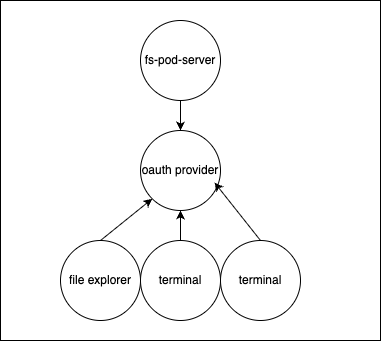
Before: fs-pod-server/design.drawio.png, a diagram exported from draw.io (janwilmake/agent-pod). Source tidied: cells renumbered, new cells last; positions are measured from the earlier drawing's top-left corner, leaving out a move shared by most shapes. Source of this version:
```xml
<mxGraphModel>
  <root>
    <mxCell id="0" />
    <mxCell id="1" parent="0" />
    <mxCell id="2" style="rounded=0;whiteSpace=wrap;html=1;" parent="1" vertex="1">
      <mxGeometry width="380" height="340" as="geometry" />
    </mxCell>
    <mxCell id="3" style="edgeStyle=none;html=1;exitX=0.5;exitY=1;exitDx=0;exitDy=0;" parent="1" edge="1" source="4" target="5">
      <mxGeometry relative="1" as="geometry" />
    </mxCell>
    <mxCell id="4" value="fs-pod-server" style="ellipse;whiteSpace=wrap;html=1;" parent="1" vertex="1">
      <mxGeometry x="140" y="20" width="80" height="80" as="geometry" />
    </mxCell>
    <mxCell id="5" value="oauth provider" style="ellipse;whiteSpace=wrap;html=1;" parent="1" vertex="1">
      <mxGeometry x="140" y="130" width="80" height="80" as="geometry" />
    </mxCell>
    <mxCell id="6" style="edgeStyle=none;html=1;exitX=0.5;exitY=0;exitDx=0;exitDy=0;entryX=0;entryY=1;entryDx=0;entryDy=0;" parent="1" edge="1" source="7" target="5">
      <mxGeometry relative="1" as="geometry" />
    </mxCell>
    <mxCell id="7" value="file explorer" style="ellipse;whiteSpace=wrap;html=1;" parent="1" vertex="1">
      <mxGeometry x="60" y="240" width="80" height="80" as="geometry" />
    </mxCell>
    <mxCell id="8" style="edgeStyle=none;html=1;exitX=0.5;exitY=0;exitDx=0;exitDy=0;" parent="1" edge="1" source="9" target="5">
      <mxGeometry relative="1" as="geometry" />
    </mxCell>
    <mxCell id="9" value="terminal" style="ellipse;whiteSpace=wrap;html=1;" parent="1" vertex="1">
      <mxGeometry x="140" y="240" width="80" height="80" as="geometry" />
    </mxCell>
    <mxCell id="10" value="terminal" style="ellipse;whiteSpace=wrap;html=1;" parent="1" vertex="1">
      <mxGeometry x="220" y="240" width="80" height="80" as="geometry" />
    </mxCell>
    <mxCell id="11" style="edgeStyle=none;html=1;exitX=0.5;exitY=0;exitDx=0;exitDy=0;entryX=0.925;entryY=0.65;entryDx=0;entryDy=0;entryPerimeter=0;" parent="1" edge="1" source="10" target="5">
      <mxGeometry relative="1" as="geometry" />
    </mxCell>
  </root>
</mxGraphModel>
```
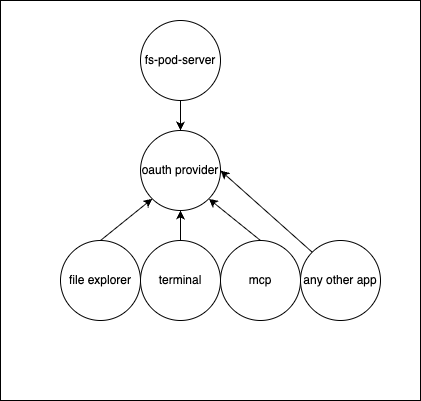
After the commit.

Change to the diagram source:
```diff
@@ -3,7 +3,7 @@
     <mxCell id="0" />
     <mxCell id="1" parent="0" />
     <mxCell id="2" style="rounded=0;whiteSpace=wrap;html=1;" parent="1" vertex="1">
-      <mxGeometry width="380" height="340" as="geometry" />
+      <mxGeometry width="420" height="400" as="geometry" />
     </mxCell>
     <mxCell id="3" style="edgeStyle=none;html=1;exitX=0.5;exitY=1;exitDx=0;exitDy=0;" parent="1" edge="1" source="4" target="5">
       <mxGeometry relative="1" as="geometry" />
@@ -26,11 +26,17 @@
     <mxCell id="9" value="terminal" style="ellipse;whiteSpace=wrap;html=1;" parent="1" vertex="1">
       <mxGeometry x="140" y="240" width="80" height="80" as="geometry" />
     </mxCell>
-    <mxCell id="10" value="terminal" style="ellipse;whiteSpace=wrap;html=1;" parent="1" vertex="1">
+    <mxCell id="10" value="mcp" style="ellipse;whiteSpace=wrap;html=1;" parent="1" vertex="1">
       <mxGeometry x="220" y="240" width="80" height="80" as="geometry" />
     </mxCell>
-    <mxCell id="11" style="edgeStyle=none;html=1;exitX=0.5;exitY=0;exitDx=0;exitDy=0;entryX=0.925;entryY=0.65;entryDx=0;entryDy=0;entryPerimeter=0;" parent="1" edge="1" source="10" target="5">
+    <mxCell id="11" style="edgeStyle=none;html=1;exitX=0.5;exitY=0;exitDx=0;exitDy=0;entryX=1;entryY=1;entryDx=0;entryDy=0;" parent="1" edge="1" source="10" target="5">
       <mxGeometry relative="1" as="geometry" />
     </mxCell>
+    <mxCell id="12" style="edgeStyle=none;html=1;exitX=0;exitY=0;exitDx=0;exitDy=0;entryX=1;entryY=0.5;entryDx=0;entryDy=0;" parent="1" edge="1" source="13" target="5">
+      <mxGeometry relative="1" as="geometry" />
+    </mxCell>
+    <mxCell id="13" value="any other app" style="ellipse;whiteSpace=wrap;html=1;" parent="1" vertex="1">
+      <mxGeometry x="300" y="240" width="80" height="80" as="geometry" />
+    </mxCell>
   </root>
 </mxGraphModel>
```
